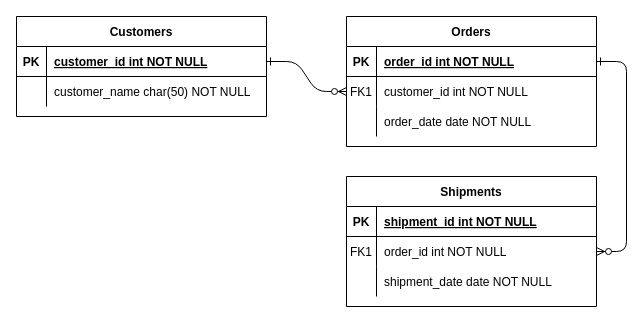
casanova1502/confirmation-test keeps this draw.io diagram as 名称未設定ファイル.drawio. Above is the earlier version. Source tidied: cells renumbered, new cells numbered last; positions are measured from the earlier drawing's top-left corner, leaving out a move shared by most shapes. Both pictures are drawn from the tidied source at 100%, with x=0, y=0 at pixel (16, 16).
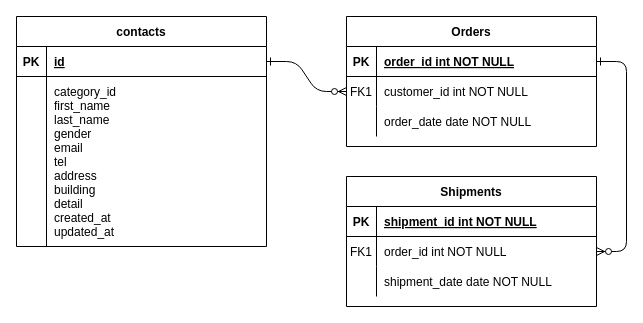
After the change.

Commit message:
名称未設定ファイル.drawio を更新します

Unchanged cells that the change refers to:
```xml
<mxCell id="25" style="shape=partialRectangle;fillColor=none;points=[[0,0.5],[1,0.5]];portConstraint=eastwest;top=0;left=0;right=0;bottom=1;" parent="24" vertex="1">
  <mxGeometry y="30" width="250" height="30" as="geometry" />
</mxCell>
```

Change to the diagram source:
```diff
@@
-    <mxCell id="24" value="Customers" style="shape=table;startSize=30;childLayout=tableLayout;rowLines=0;fontStyle=1;align=center;" parent="1" vertex="1">
-      <mxGeometry width="250" height="100" as="geometry" />
+    <mxCell id="24" value="contacts" style="shape=table;startSize=30;childLayout=tableLayout;rowLines=0;fontStyle=1;align=center;" parent="1" vertex="1">
+      <mxGeometry width="250" height="230" as="geometry" />
     </mxCell>
@@
-    <mxCell id="27" value="customer_id int NOT NULL " style="shape=partialRectangle;overflow=hidden;fillColor=none;top=0;left=0;bottom=0;right=0;align=left;spacingLeft=6;fontStyle=5;" parent="25" vertex="1">
+    <mxCell id="27" value="id" style="shape=partialRectangle;overflow=hidden;fillColor=none;top=0;left=0;bottom=0;right=0;align=left;spacingLeft=6;fontStyle=5;" parent="25" vertex="1">
       <mxGeometry x="30" width="220" height="30" as="geometry" />
     </mxCell>
     <mxCell id="28" style="shape=partialRectangle;fillColor=none;top=0;left=0;right=0;bottom=0;" parent="24" vertex="1">
-      <mxGeometry y="60" width="250" height="30" as="geometry" />
+      <mxGeometry y="60" width="250" height="170" as="geometry" />
     </mxCell>
     <mxCell id="29" style="shape=partialRectangle;overflow=hidden;fillColor=none;top=0;left=0;bottom=0;right=0;" parent="28" vertex="1">
-      <mxGeometry width="30" height="30" as="geometry" />
+      <mxGeometry width="30" height="170" as="geometry" />
     </mxCell>
-    <mxCell id="30" value="customer_name char(50) NOT NULL" style="shape=partialRectangle;overflow=hidden;fillColor=none;top=0;left=0;bottom=0;right=0;align=left;spacingLeft=6;" parent="28" vertex="1">
-      <mxGeometry x="30" width="220" height="30" as="geometry" />
+    <mxCell id="30" value="category_id&#10;first_name&#10;last_name&#10;gender&#10;email&#10;tel&#10;address&#10;building&#10;detail&#10;created_at&#10;updated_at" style="shape=partialRectangle;overflow=hidden;fillColor=none;top=0;left=0;bottom=0;right=0;align=left;spacingLeft=6;" parent="28" vertex="1">
+      <mxGeometry x="30" width="220" height="170" as="geometry" />
     </mxCell>
```
